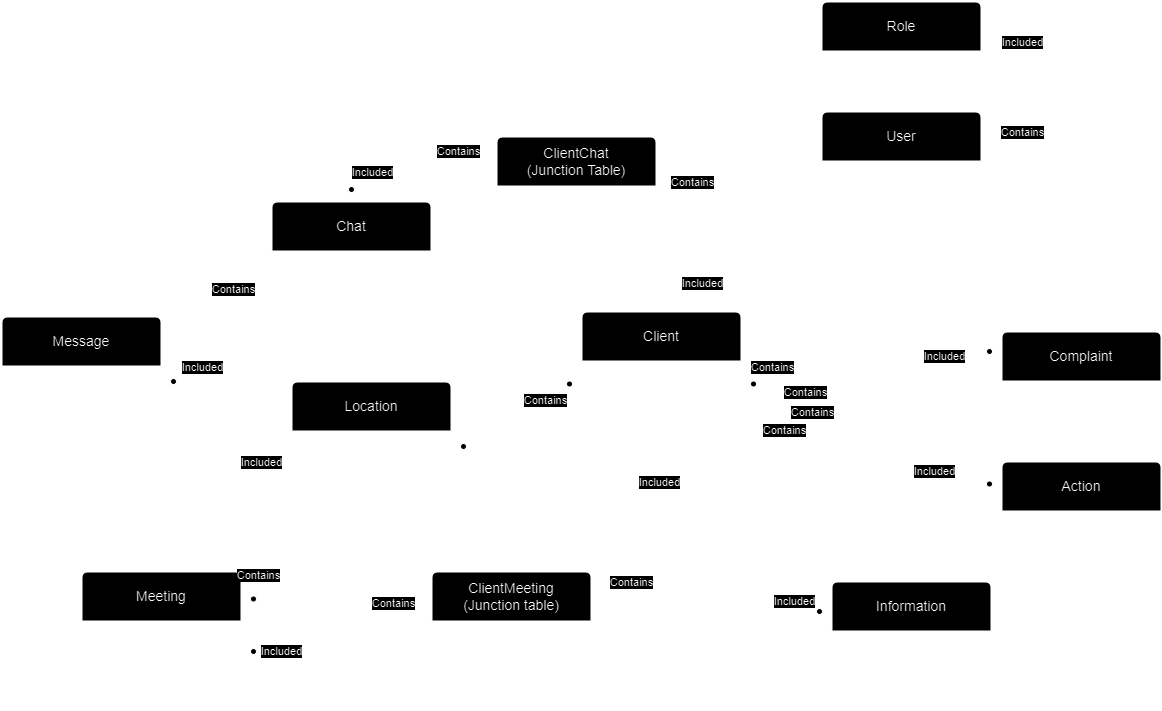
This is documentation/datalogical.png from aligenzzz/dating-agency, a draw.io export, as it was before one commit. Source tidied: cells renumbered, new cells last; positions are measured from the earlier drawing's top-left corner, leaving out a move shared by most shapes.
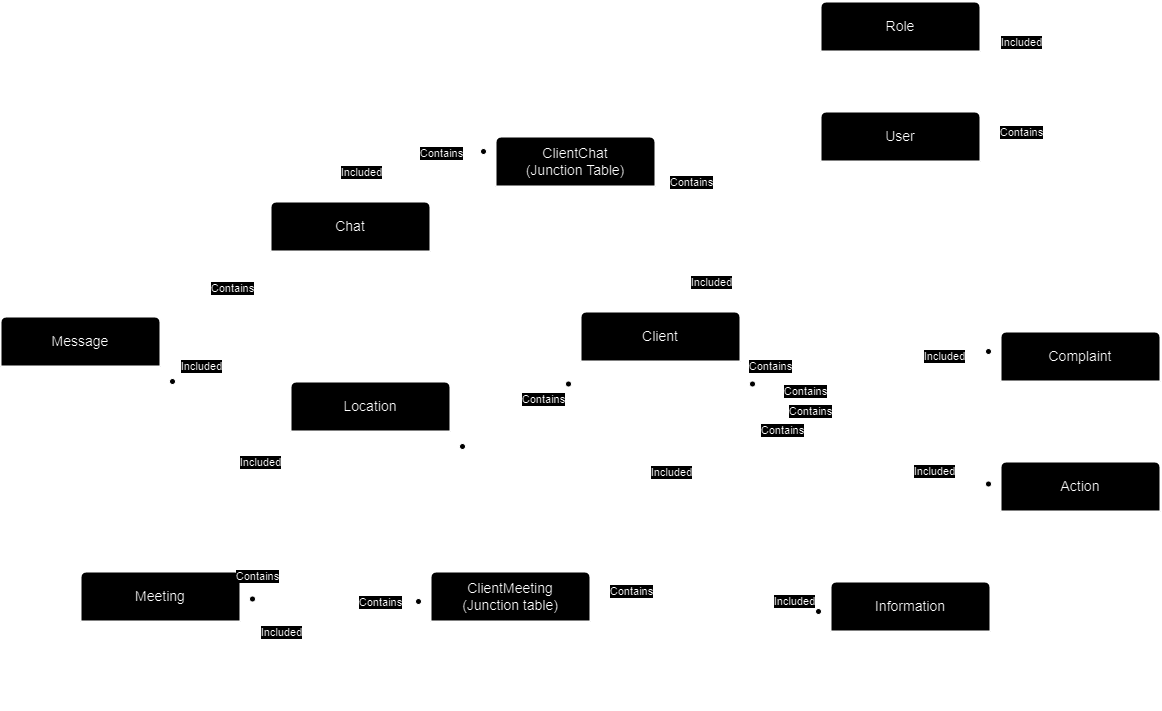
After the change.

Diff of the diagram source:
```diff
@@ -171,59 +171,59 @@
     <mxCell id="47" value="СlientMeeting&lt;br&gt;(Junction table)" style="swimlane;horizontal=1;startSize=50;rounded=1;fontSize=14;fontStyle=0;strokeWidth=2;shadow=0;dashed=0;align=center;arcSize=4;whiteSpace=wrap;html=1;" parent="1" vertex="1">
       <mxGeometry x="430" y="570" width="160" height="60" as="geometry" />
     </mxCell>
-    <mxCell id="48" style="edgeStyle=orthogonalEdgeStyle;fontSize=12;html=1;endArrow=ERoneToMany;startArrow=ERmandOne;rounded=0;entryX=0.5;entryY=1;entryDx=0;entryDy=0;exitX=1;exitY=0.5;exitDx=0;exitDy=0;curved=1;" parent="1" edge="1" source="47" target="19">
+    <mxCell id="48" style="edgeStyle=orthogonalEdgeStyle;fontSize=12;html=1;endArrow=ERoneToMany;startArrow=ERmandOne;rounded=0;exitX=0.5;exitY=1;exitDx=0;exitDy=0;curved=1;entryX=1;entryY=0.5;entryDx=0;entryDy=0;" parent="1" edge="1" source="19" target="47">
       <mxGeometry relative="1" as="geometry" />
     </mxCell>
     <mxCell id="49" value="Contains" style="edgeLabel;html=1;align=center;verticalAlign=middle;" parent="48" vertex="1">
       <mxGeometry x="-0.74" y="7" relative="1" as="geometry">
-        <mxPoint x="11" y="-13" as="offset" />
+        <mxPoint x="-37" y="111" as="offset" />
       </mxGeometry>
     </mxCell>
     <mxCell id="50" value="Included" style="edgeLabel;html=1;align=center;verticalAlign=middle;" parent="48" vertex="1">
       <mxGeometry x="0.63" y="3" relative="1" as="geometry">
-        <mxPoint y="-10" as="offset" />
+        <mxPoint x="40" y="-133" as="offset" />
       </mxGeometry>
     </mxCell>
-    <mxCell id="51" style="edgeStyle=entityRelationEdgeStyle;fontSize=12;html=1;endArrow=ERzeroToMany;startArrow=ERmandOne;rounded=0;entryX=1;entryY=0.5;entryDx=0;entryDy=0;exitX=0;exitY=0.5;exitDx=0;exitDy=0;" parent="1" edge="1" source="47" target="7">
+    <mxCell id="51" style="edgeStyle=entityRelationEdgeStyle;fontSize=12;html=1;endArrow=ERzeroToMany;startArrow=ERmandOne;rounded=0;entryX=0;entryY=0.5;entryDx=0;entryDy=0;exitX=1;exitY=0.25;exitDx=0;exitDy=0;" parent="1" edge="1" source="7" target="47">
       <mxGeometry relative="1" as="geometry" />
     </mxCell>
     <mxCell id="52" value="Contains" style="edgeLabel;html=1;align=center;verticalAlign=middle;" parent="51" vertex="1">
       <mxGeometry x="-0.65" y="-1" relative="1" as="geometry">
-        <mxPoint x="-5" as="offset" />
+        <mxPoint x="106" y="-35" as="offset" />
       </mxGeometry>
     </mxCell>
     <mxCell id="53" value="Included" style="edgeLabel;html=1;align=center;verticalAlign=middle;" parent="51" vertex="1">
       <mxGeometry x="0.64" y="1" relative="1" as="geometry">
-        <mxPoint x="4" as="offset" />
+        <mxPoint x="-115" y="30" as="offset" />
       </mxGeometry>
     </mxCell>
     <mxCell id="54" value="ClientChat&lt;br&gt;(Junction Table)" style="swimlane;horizontal=1;startSize=50;rounded=1;fontSize=14;fontStyle=0;strokeWidth=2;shadow=0;dashed=0;align=center;arcSize=4;whiteSpace=wrap;html=1;" parent="1" vertex="1">
       <mxGeometry x="495" y="135" width="160" height="60" as="geometry" />
     </mxCell>
-    <mxCell id="55" style="edgeStyle=orthogonalEdgeStyle;fontSize=12;html=1;endArrow=ERoneToMany;startArrow=ERmandOne;rounded=0;entryX=0.75;entryY=0;entryDx=0;entryDy=0;exitX=1;exitY=0.5;exitDx=0;exitDy=0;curved=1;" parent="1" edge="1" source="54" target="18">
+    <mxCell id="55" style="edgeStyle=orthogonalEdgeStyle;fontSize=12;html=1;endArrow=ERoneToMany;startArrow=ERmandOne;rounded=0;entryX=1;entryY=0.5;entryDx=0;entryDy=0;curved=1;exitX=0.75;exitY=0;exitDx=0;exitDy=0;" parent="1" edge="1" source="18" target="54">
       <mxGeometry relative="1" as="geometry" />
     </mxCell>
     <mxCell id="56" value="Contains" style="edgeLabel;html=1;align=center;verticalAlign=middle;" parent="55" vertex="1">
       <mxGeometry x="-0.74" y="7" relative="1" as="geometry">
-        <mxPoint x="11" y="22" as="offset" />
+        <mxPoint x="-3" y="-105" as="offset" />
       </mxGeometry>
     </mxCell>
     <mxCell id="57" value="Included" style="edgeLabel;html=1;align=center;verticalAlign=middle;" parent="55" vertex="1">
       <mxGeometry x="0.63" y="3" relative="1" as="geometry">
-        <mxPoint x="-3" y="5" as="offset" />
+        <mxPoint x="20" y="112" as="offset" />
       </mxGeometry>
     </mxCell>
-    <mxCell id="58" style="edgeStyle=orthogonalEdgeStyle;fontSize=12;html=1;endArrow=ERzeroToMany;startArrow=ERmandOne;rounded=0;entryX=0.5;entryY=0;entryDx=0;entryDy=0;exitX=0;exitY=0.25;exitDx=0;exitDy=0;curved=1;" parent="1" edge="1" source="54" target="4">
+    <mxCell id="58" style="edgeStyle=orthogonalEdgeStyle;fontSize=12;html=1;endArrow=ERzeroToMany;startArrow=ERmandOne;rounded=0;exitX=0.5;exitY=0;exitDx=0;exitDy=0;curved=1;entryX=0;entryY=0.25;entryDx=0;entryDy=0;" parent="1" edge="1" source="4" target="54">
       <mxGeometry relative="1" as="geometry" />
     </mxCell>
     <mxCell id="59" value="Contains" style="edgeLabel;html=1;align=center;verticalAlign=middle;" parent="58" vertex="1">
       <mxGeometry x="-0.65" y="-1" relative="1" as="geometry">
-        <mxPoint x="-5" as="offset" />
+        <mxPoint x="89" y="-16" as="offset" />
       </mxGeometry>
     </mxCell>
     <mxCell id="60" value="Included" style="edgeLabel;html=1;align=center;verticalAlign=middle;" parent="58" vertex="1">
       <mxGeometry x="0.64" y="1" relative="1" as="geometry">
-        <mxPoint x="19" y="5" as="offset" />
+        <mxPoint x="-100" y="21" as="offset" />
       </mxGeometry>
     </mxCell>
   </root>
```
